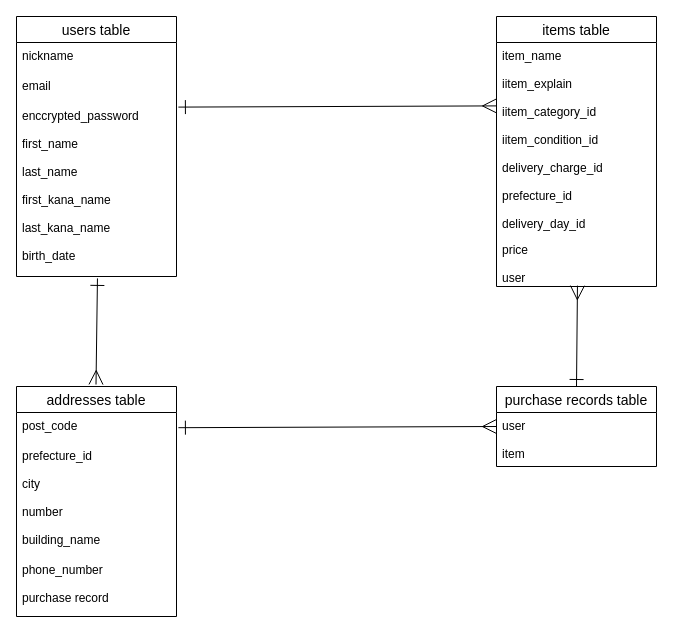
The draw.io diagram test.dio in Yajin13/furima-37710, before the edit. Source tidied: cells renumbered, new cells numbered last; positions are measured from the earlier drawing's top-left corner, leaving out a move shared by most shapes. Both pictures are drawn from the tidied source at 100%, with x=0, y=0 at pixel (16, 16).
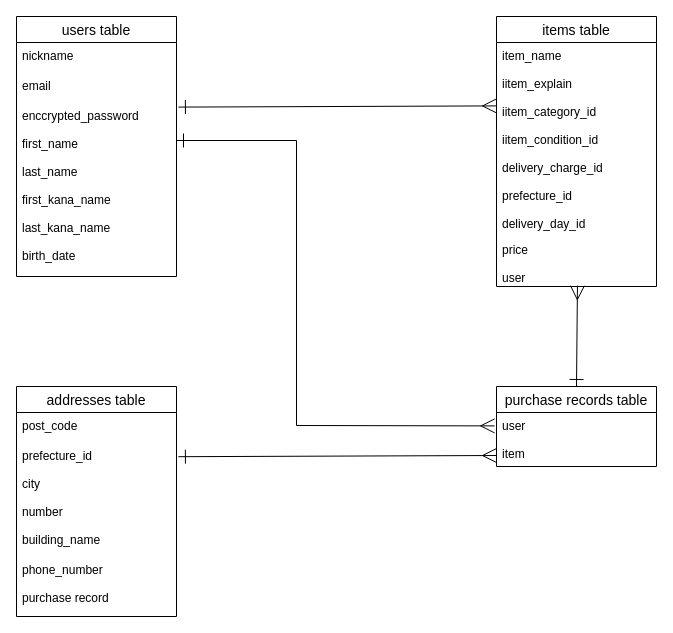
The same page after the edit.

The change refers to these unchanged cells:
```xml
<mxCell id="5" value="enccrypted_password&#10;&#10;first_name&#10;&#10;last_name&#10;&#10;first_kana_name&#10;&#10;last_kana_name&#10;&#10;birth_date&#10;" style="text;strokeColor=none;fillColor=none;spacingLeft=4;spacingRight=4;overflow=hidden;points=[[0,0.5],[1,0.5]];portConstraint=eastwest;fontSize=12;" parent="2" vertex="1">
  <mxGeometry y="86" width="160" height="174" as="geometry" />
</mxCell>
```

Diff of the diagram source:
```diff
@@
     <mxCell id="17" style="edgeStyle=none;html=1;entryX=-0.012;entryY=0.083;entryDx=0;entryDy=0;entryPerimeter=0;rounded=0;endArrow=ERmany;endFill=0;startArrow=ERone;startFill=0;endSize=12;startSize=12;" parent="1" edge="1">
       <mxGeometry relative="1" as="geometry">
-        <mxPoint x="161.9" y="411.2" as="sourcePoint" />
-        <mxPoint x="480" y="410" as="targetPoint" />
+        <mxPoint x="161.9" y="440.2" as="sourcePoint" />
+        <mxPoint x="480" y="439" as="targetPoint" />
       </mxGeometry>
     </mxCell>
-    <mxCell id="18" style="edgeStyle=none;rounded=0;html=1;startArrow=ERmany;startFill=0;endArrow=ERone;endFill=0;startSize=12;endSize=12;entryX=0.506;entryY=1.011;entryDx=0;entryDy=0;entryPerimeter=0;" parent="1" edge="1" target="5">
-      <mxGeometry relative="1" as="geometry">
-        <mxPoint x="79.5" y="368" as="sourcePoint" />
-        <Array as="points">
-          <mxPoint x="79.5" y="367.5" />
-        </Array>
-      </mxGeometry>
-    </mxCell>
+    <mxCell id="19" style="edgeStyle=none;html=1;entryX=-0.012;entryY=0.083;entryDx=0;entryDy=0;entryPerimeter=0;rounded=0;endArrow=ERmany;endFill=0;startArrow=ERone;startFill=0;endSize=12;startSize=12;" parent="1" edge="1">
+      <mxGeometry relative="1" as="geometry">
+        <mxPoint x="160" y="124" as="sourcePoint" />
+        <mxPoint x="478.1" y="409.4" as="targetPoint" />
+        <Array as="points">
+          <mxPoint x="280" y="124" />
+          <mxPoint x="280" y="409" />
+        </Array>
+      </mxGeometry>
+    </mxCell>
```
